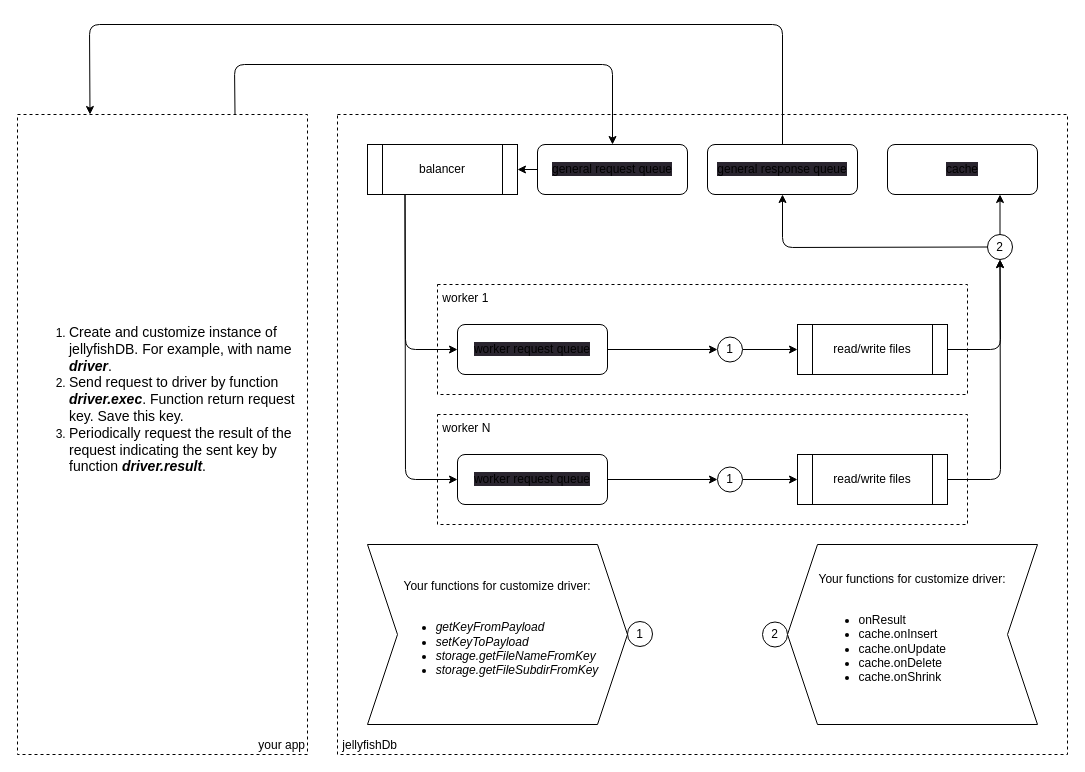
Earlier version of the draw.io diagram schema.drawio (VasilevVitalii/JellyfishDB). Source tidied: cells renumbered, new cells numbered last; positions are measured from the earlier drawing's top-left corner, leaving out a move shared by most shapes. Both pictures are drawn from the tidied source at 100%, with x=0, y=0 at pixel (17, 24).
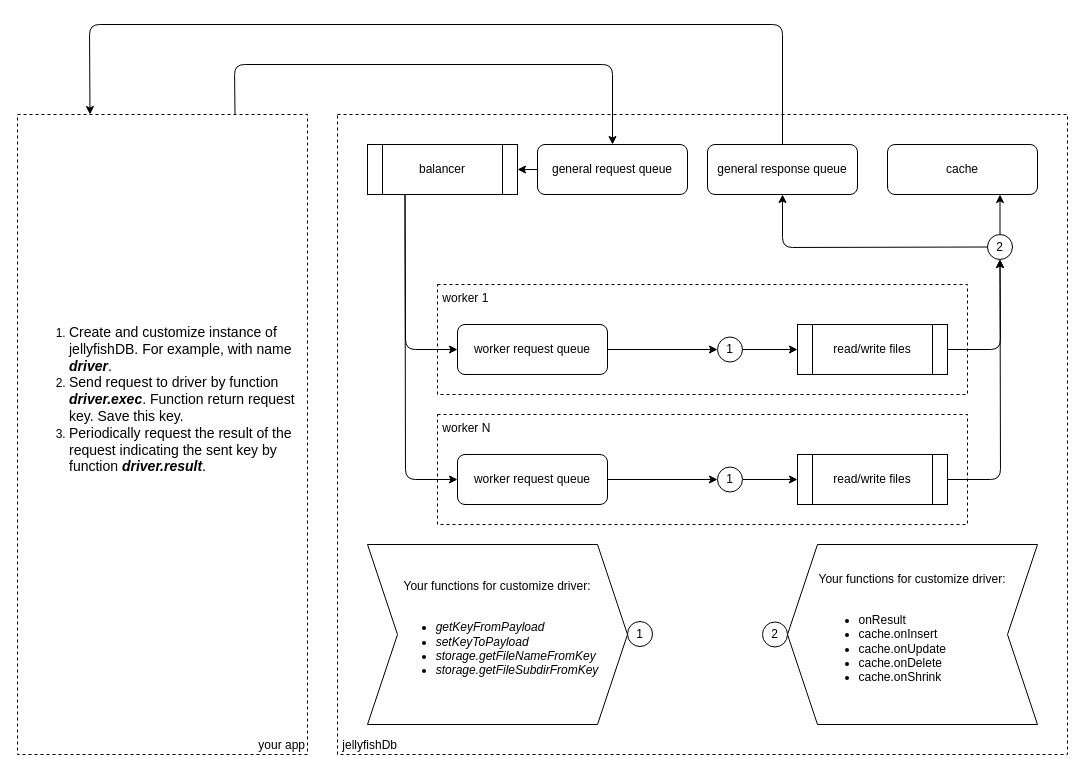
After the change.

Diff of the diagram source:
```diff
@@
-    <mxCell id="21" value="&lt;span style=&quot;background-color: rgb(42, 37, 47);&quot;&gt;general request queue&lt;/span&gt;" style="rounded=1;whiteSpace=wrap;html=1;shadow=0;labelBackgroundColor=default;sketch=0;fillStyle=auto;fontFamily=Helvetica;fontSize=12;" parent="1" vertex="1">
+    <mxCell id="21" value="&lt;span style=&quot;&quot;&gt;general request queue&lt;/span&gt;" style="rounded=1;whiteSpace=wrap;html=1;shadow=0;labelBackgroundColor=default;sketch=0;fillStyle=auto;fontFamily=Helvetica;fontSize=12;" parent="1" vertex="1">
       <mxGeometry x="520" y="120" width="150" height="50" as="geometry" />
     </mxCell>
@@
-    <mxCell id="23" value="&lt;span style=&quot;background-color: rgb(42, 37, 47);&quot;&gt;general response queue&lt;/span&gt;" style="rounded=1;whiteSpace=wrap;html=1;shadow=0;labelBackgroundColor=default;sketch=0;fillStyle=auto;fontFamily=Helvetica;fontSize=12;" parent="1" vertex="1">
+    <mxCell id="23" value="&lt;span style=&quot;&quot;&gt;general response queue&lt;/span&gt;" style="rounded=1;whiteSpace=wrap;html=1;shadow=0;labelBackgroundColor=default;sketch=0;fillStyle=auto;fontFamily=Helvetica;fontSize=12;" parent="1" vertex="1">
       <mxGeometry x="690" y="120" width="150" height="50" as="geometry" />
     </mxCell>
@@
-    <mxCell id="25" value="&lt;span style=&quot;background-color: rgb(42, 37, 47);&quot;&gt;worker request queue&lt;/span&gt;" style="rounded=1;whiteSpace=wrap;html=1;shadow=0;labelBackgroundColor=default;sketch=0;fillStyle=auto;fontFamily=Helvetica;fontSize=12;" parent="1" vertex="1">
+    <mxCell id="25" value="&lt;span style=&quot;&quot;&gt;worker request queue&lt;/span&gt;" style="rounded=1;whiteSpace=wrap;html=1;shadow=0;labelBackgroundColor=default;sketch=0;fillStyle=auto;fontFamily=Helvetica;fontSize=12;" parent="1" vertex="1">
       <mxGeometry x="440" y="300" width="150" height="50" as="geometry" />
     </mxCell>
@@
-    <mxCell id="27" value="&lt;span style=&quot;background-color: rgb(42, 37, 47);&quot;&gt;worker request queue&lt;/span&gt;" style="rounded=1;whiteSpace=wrap;html=1;shadow=0;labelBackgroundColor=default;sketch=0;fillStyle=auto;fontFamily=Helvetica;fontSize=12;" parent="1" vertex="1">
+    <mxCell id="27" value="&lt;span style=&quot;&quot;&gt;worker request queue&lt;/span&gt;" style="rounded=1;whiteSpace=wrap;html=1;shadow=0;labelBackgroundColor=default;sketch=0;fillStyle=auto;fontFamily=Helvetica;fontSize=12;" parent="1" vertex="1">
       <mxGeometry x="440" y="430" width="150" height="50" as="geometry" />
     </mxCell>
-    <mxCell id="28" value="&lt;span style=&quot;background-color: rgb(42, 37, 47);&quot;&gt;cache&lt;/span&gt;" style="rounded=1;whiteSpace=wrap;html=1;shadow=0;labelBackgroundColor=default;sketch=0;fillStyle=auto;fontFamily=Helvetica;fontSize=12;" parent="1" vertex="1">
+    <mxCell id="28" value="&lt;span style=&quot;&quot;&gt;cache&lt;/span&gt;" style="rounded=1;whiteSpace=wrap;html=1;shadow=0;labelBackgroundColor=default;sketch=0;fillStyle=auto;fontFamily=Helvetica;fontSize=12;" parent="1" vertex="1">
       <mxGeometry x="870" y="120" width="150" height="50" as="geometry" />
     </mxCell>
```
